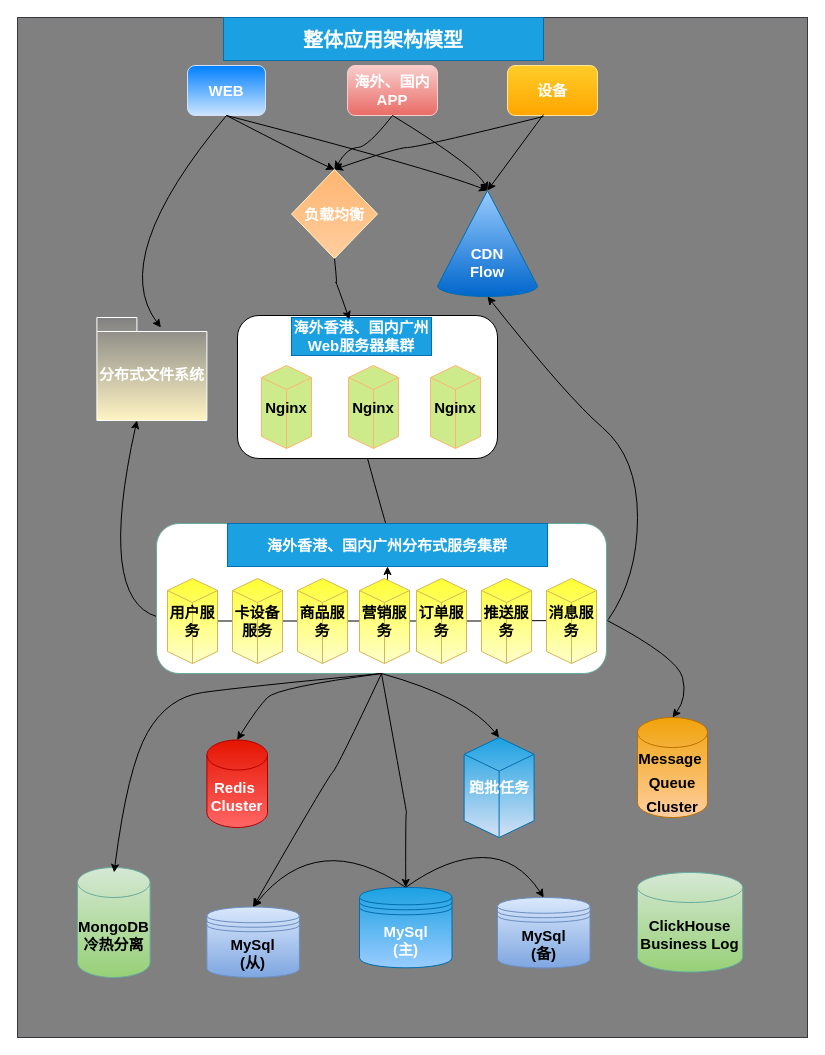
Above: cloudbirds/整体全景应用架构模型3.0.drawio in luoyongshun/framework (draw.io), before the change. Source tidied: cells renumbered, new cells numbered last; positions are measured from the earlier drawing's top-left corner, leaving out a move shared by most shapes. Both pictures are drawn from the tidied source at 100%, with x=0, y=0 at pixel (17, 17).
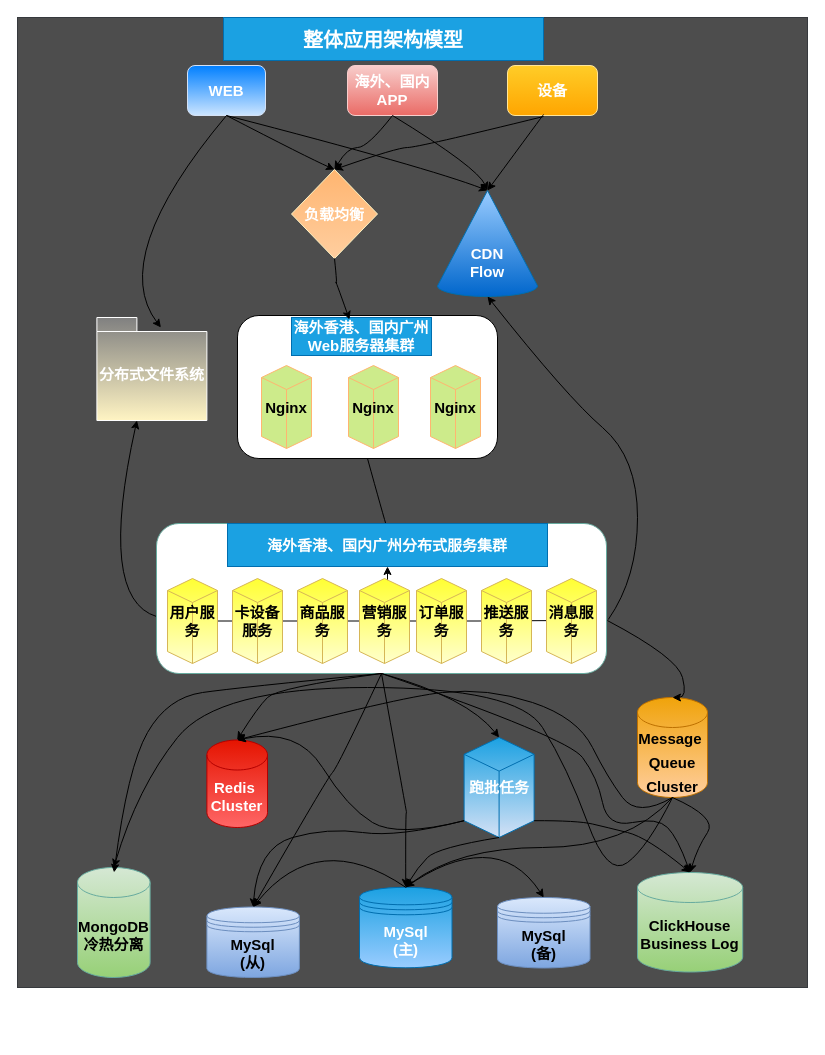
After the change.

Commit message (it also covers changes not shown here):
更新整体全景应用架构模型3.0.drawio

Unchanged cells that the change refers to:
```xml
<mxCell id="12" style="rounded=1;whiteSpace=wrap;html=1;strokeColor=#67AB9F;fontSize=15;fontColor=#000000;fillColor=#FFFFFF;" parent="1" vertex="1">
  <mxGeometry x="139" y="506" width="450" height="150" as="geometry" />
</mxCell>
<mxCell id="23" value="MySql&lt;br&gt;(从)" style="shape=datastore;whiteSpace=wrap;html=1;strokeColor=#6c8ebf;fontSize=15;fillColor=#dae8fc;gradientColor=#7ea6e0;fontStyle=1;" parent="1" vertex="1">
  <mxGeometry x="189.4" y="889.5" width="92.5" height="70.5" as="geometry" />
</mxCell>
<mxCell id="24" value="MongoDB&lt;br&gt;冷热分离" style="shape=cylinder3;whiteSpace=wrap;html=1;boundedLbl=1;backgroundOutline=1;size=15;fontSize=15;fillColor=#d5e8d4;strokeColor=#67AB9F;gradientColor=#97d077;fontStyle=1;" parent="1" vertex="1">
  <mxGeometry x="60" y="850" width="72.6" height="110" as="geometry" />
</mxCell>
<mxCell id="25" value="&lt;font style=&quot;font-size: 15px;&quot;&gt;跑批任务&lt;/font&gt;" style="html=1;whiteSpace=wrap;shape=isoCube2;backgroundOutline=1;isoAngle=15;fontSize=15;fillColor=#1ba1e2;strokeColor=#006EAF;fontStyle=1;fontColor=#ffffff;gradientColor=#D4E1F5;" parent="1" vertex="1">
  <mxGeometry x="446.6" y="720" width="70" height="100" as="geometry" />
</mxCell>
<mxCell id="26" value="&lt;font style=&quot;font-size: 15px;&quot;&gt;ClickHouse&lt;br&gt;Business Log&lt;/font&gt;" style="shape=cylinder3;whiteSpace=wrap;html=1;boundedLbl=1;backgroundOutline=1;size=15;fontSize=15;fillColor=#d5e8d4;strokeColor=#67AB9F;gradientColor=#97d077;fontStyle=1;" parent="1" vertex="1">
  <mxGeometry x="620" y="855" width="105.2" height="99.5" as="geometry" />
</mxCell>
<mxCell id="29" value="MySql&lt;br style=&quot;border-color: var(--border-color);&quot;&gt;(主)" style="shape=datastore;whiteSpace=wrap;html=1;strokeColor=#006EAF;fontSize=15;fillColor=#1ba1e2;fontStyle=1;fontColor=#ffffff;gradientColor=#99CCFF;" parent="1" vertex="1">
  <mxGeometry x="342" y="869.8" width="92.5" height="80.5" as="geometry" />
</mxCell>
<mxCell id="34" value="&lt;font style=&quot;font-size: 15px;&quot;&gt;&lt;span style=&quot;&quot;&gt;Redis&amp;nbsp;&lt;/span&gt;&lt;br&gt;&lt;font style=&quot;font-size: 15px;&quot;&gt;Cluster&lt;/font&gt;&lt;/font&gt;" style="shape=cylinder3;whiteSpace=wrap;html=1;boundedLbl=1;backgroundOutline=1;size=15;fontSize=15;fillColor=#e51400;strokeColor=#B20000;fontStyle=1;fontColor=#ffffff;gradientColor=#FF6666;" parent="1" vertex="1">
  <mxGeometry x="189.4" y="722.5" width="60.6" height="87.5" as="geometry" />
</mxCell>
```

Change to the diagram source:
```diff
@@
-    <mxCell id="2" style="rounded=0;whiteSpace=wrap;html=1;fillColor=#808080;strokeColor=#36393d;" parent="1" vertex="1">
-      <mxGeometry width="790" height="1020" as="geometry" />
+    <mxCell id="2" value="&amp;nbsp;&amp;nbsp;&lt;br&gt;&amp;nbsp;" style="rounded=0;whiteSpace=wrap;html=1;fillColor=#4D4D4D;strokeColor=#36393d;" parent="1" vertex="1">
+      <mxGeometry width="790" height="970" as="geometry" />
     </mxCell>
@@
     <mxCell id="33" value="&lt;font style=&quot;font-size: 15px;&quot;&gt;Message&amp;nbsp;&lt;br style=&quot;&quot;&gt;Queue&lt;br style=&quot;&quot;&gt;Cluster&lt;/font&gt;" style="shape=cylinder3;whiteSpace=wrap;html=1;boundedLbl=1;backgroundOutline=1;size=15;fontSize=20;fillColor=#f0a30a;strokeColor=#BD7000;fontStyle=1;fontColor=#000000;gradientColor=#FFCE9F;" parent="1" vertex="1">
-      <mxGeometry x="620" y="700" width="70" height="100" as="geometry" />
+      <mxGeometry x="620" y="680" width="70" height="100" as="geometry" />
     </mxCell>
@@
+    <mxCell id="54" style="curved=1;endArrow=classic;html=1;rounded=0;fontSize=15;fontColor=#FFFFFF;entryX=0.5;entryY=0;entryDx=0;entryDy=0;entryPerimeter=0;exitX=0.5;exitY=1;exitDx=0;exitDy=0;" parent="1" edge="1" source="12" target="26">
+      <mxGeometry relative="1" as="geometry">
+        <Array as="points">
+          <mxPoint x="550" y="720" />
+          <mxPoint x="580" y="760" />
+          <mxPoint x="590" y="810" />
+          <mxPoint x="640" y="800" />
+          <mxPoint x="660" y="820" />
+        </Array>
+      </mxGeometry>
+    </mxCell>
+    <mxCell id="55" style="curved=1;endArrow=classic;html=1;rounded=0;fontSize=15;fontColor=#FFFFFF;entryX=0.5;entryY=0;entryDx=0;entryDy=0;entryPerimeter=0;exitX=0;exitY=0;exitDx=0;exitDy=83.19448686439188;exitPerimeter=0;" parent="1" edge="1" source="25" target="34">
+      <mxGeometry relative="1" as="geometry">
+        <Array as="points">
+          <mxPoint x="380" y="820" />
+          <mxPoint x="330" y="790" />
+          <mxPoint x="280" y="710" />
+        </Array>
+      </mxGeometry>
+    </mxCell>
+    <mxCell id="56" style="curved=1;endArrow=classic;html=1;rounded=0;fontSize=15;fontColor=#FFFFFF;entryX=0.5;entryY=0;entryDx=0;entryDy=0;exitX=0;exitY=0;exitDx=0;exitDy=83.19448686439188;exitPerimeter=0;" parent="1" edge="1" source="25" target="23">
+      <mxGeometry relative="1" as="geometry">
+        <Array as="points">
+          <mxPoint x="380" y="820" />
+          <mxPoint x="310" y="810" />
+          <mxPoint x="240" y="830" />
+        </Array>
+      </mxGeometry>
+    </mxCell>
+    <mxCell id="57" style="curved=1;endArrow=classic;html=1;rounded=0;fontSize=15;fontColor=#FFFFFF;exitX=0.5;exitY=1;exitDx=0;exitDy=0;exitPerimeter=0;entryX=0.5;entryY=0;entryDx=0;entryDy=0;" parent="1" edge="1" source="25" target="29">
+      <mxGeometry relative="1" as="geometry">
+        <Array as="points">
+          <mxPoint x="420" y="830" />
+          <mxPoint x="400" y="850" />
+        </Array>
+      </mxGeometry>
+    </mxCell>
+    <mxCell id="58" style="curved=1;endArrow=classic;html=1;rounded=0;fontSize=15;fontColor=#FFFFFF;exitX=0;exitY=0;exitDx=70;exitDy=83.19448686439188;exitPerimeter=0;entryX=0.5;entryY=0;entryDx=0;entryDy=0;entryPerimeter=0;" parent="1" edge="1" source="25" target="26">
+      <mxGeometry relative="1" as="geometry">
+        <Array as="points">
+          <mxPoint x="560" y="803" />
+          <mxPoint x="590" y="810" />
+          <mxPoint x="630" y="820" />
+        </Array>
+      </mxGeometry>
+    </mxCell>
+    <mxCell id="59" style="curved=1;endArrow=classic;html=1;rounded=0;fontSize=15;fontColor=#FFFFFF;exitX=0.5;exitY=1;exitDx=0;exitDy=0;exitPerimeter=0;entryX=0.5;entryY=0;entryDx=0;entryDy=0;entryPerimeter=0;" parent="1" edge="1" source="33" target="26">
+      <mxGeometry relative="1" as="geometry">
+        <Array as="points">
+          <mxPoint x="700" y="800" />
+          <mxPoint x="680" y="830" />
+        </Array>
+      </mxGeometry>
+    </mxCell>
+    <mxCell id="60" style="curved=1;endArrow=classic;html=1;rounded=0;fontSize=15;fontColor=#FFFFFF;exitX=0.5;exitY=1;exitDx=0;exitDy=0;exitPerimeter=0;entryX=0.5;entryY=0;entryDx=0;entryDy=0;entryPerimeter=0;" parent="1" edge="1" source="33" target="34">
+      <mxGeometry relative="1" as="geometry">
+        <Array as="points">
+          <mxPoint x="620" y="800" />
+          <mxPoint x="590" y="760" />
+          <mxPoint x="560" y="700" />
+          <mxPoint x="470" y="670" />
+          <mxPoint x="380" y="680" />
+        </Array>
+      </mxGeometry>
+    </mxCell>
+    <mxCell id="61" style="curved=1;endArrow=classic;html=1;rounded=0;fontSize=15;fontColor=#FFFFFF;exitX=0.5;exitY=1;exitDx=0;exitDy=0;exitPerimeter=0;entryX=0.5;entryY=0;entryDx=0;entryDy=0;entryPerimeter=0;" parent="1" edge="1" source="33" target="24">
+      <mxGeometry relative="1" as="geometry">
+        <Array as="points">
+          <mxPoint x="630" y="830" />
+          <mxPoint x="590" y="860" />
+          <mxPoint x="550" y="750" />
+          <mxPoint x="500" y="670" />
+          <mxPoint x="200" y="670" />
+          <mxPoint x="120" y="770" />
+        </Array>
+      </mxGeometry>
+    </mxCell>
+    <mxCell id="62" style="curved=1;endArrow=classic;html=1;rounded=0;fontSize=15;fontColor=#FFFFFF;exitX=0.5;exitY=1;exitDx=0;exitDy=0;exitPerimeter=0;entryX=0.5;entryY=0;entryDx=0;entryDy=0;" parent="1" edge="1" source="33" target="29">
+      <mxGeometry relative="1" as="geometry">
+        <Array as="points">
+          <mxPoint x="610" y="830" />
+          <mxPoint x="440" y="830" />
+        </Array>
+      </mxGeometry>
+    </mxCell>
```
